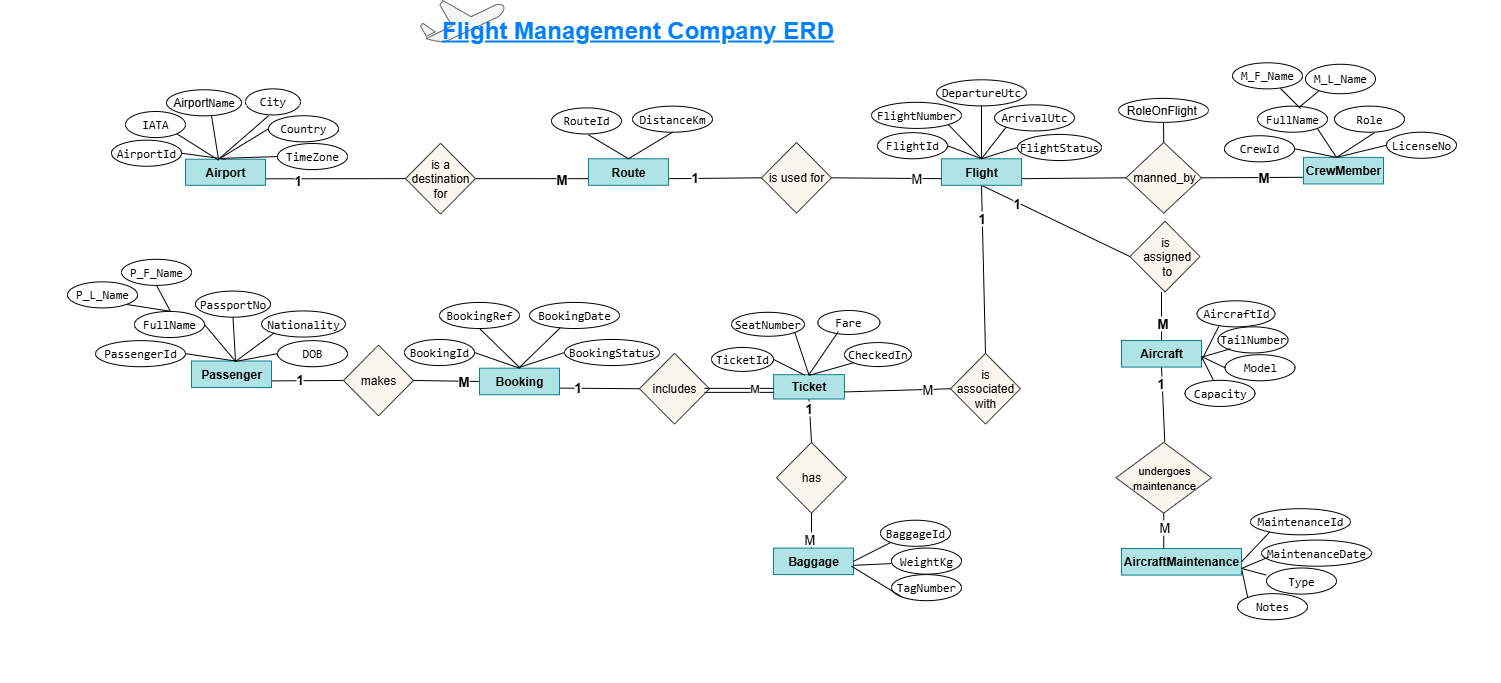
Before: image/FlightManagementCompany-ERD.png, a diagram exported from draw.io (DeveloperZahra/FlightManagementCompany_LINQ_EFCore). Source tidied: cells renumbered, new cells last; positions are measured from the earlier drawing's top-left corner, leaving out a move shared by most shapes.
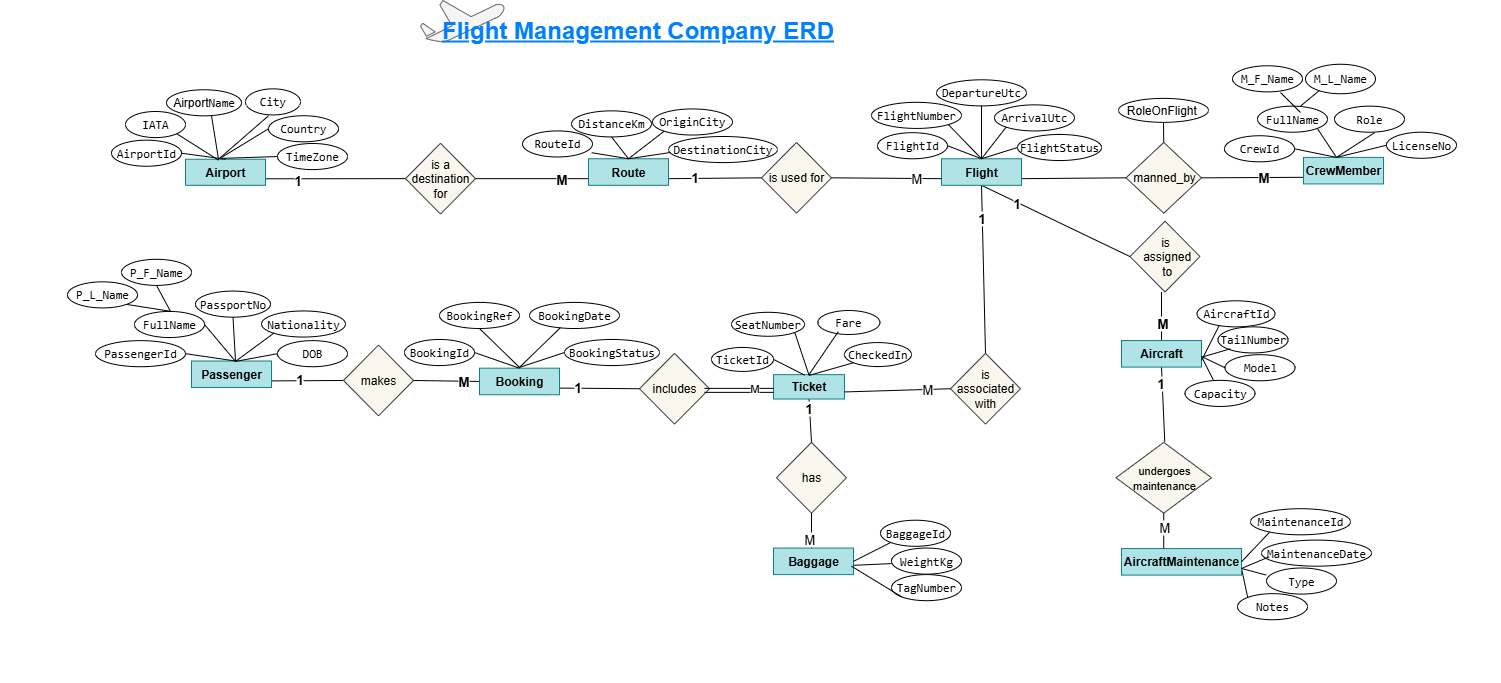
After the change.

What changed in the source:
```diff
@@ -266,15 +266,14 @@
       <mxGeometry x="521" y="96" width="80" height="26.5" as="geometry" />
     </mxCell>
     <mxCell id="73" value="&lt;code&gt;DistanceKm&lt;/code&gt;&lt;span class=&quot;citation-211 citation-end-211&quot;&gt;&lt;/span&gt;" style="ellipse;whiteSpace=wrap;html=1;" parent="3" vertex="1">
-      <mxGeometry x="565" y="43.4" width="80" height="26.1" as="geometry" />
+      <mxGeometry x="504" y="48.1" width="80" height="26.1" as="geometry" />
     </mxCell>
     <mxCell id="74" value="&lt;code&gt;RouteId&lt;/code&gt;&lt;span class=&quot;citation-212 citation-end-212&quot;&gt;&lt;/span&gt;" style="ellipse;whiteSpace=wrap;html=1;" parent="3" vertex="1">
-      <mxGeometry x="484" y="45.1" width="70" height="26.1" as="geometry" />
+      <mxGeometry x="455" y="68.1" width="70" height="26.1" as="geometry" />
     </mxCell>
-    <mxCell id="75" style="endArrow=none;html=1;rounded=0;" parent="3" edge="1">
+    <mxCell id="75" style="endArrow=none;html=1;rounded=0;entryX=0.989;entryY=0.836;entryDx=0;entryDy=0;entryPerimeter=0;" parent="3" edge="1" target="74">
       <mxGeometry relative="1" as="geometry">
         <mxPoint x="561" y="96" as="sourcePoint" />
-        <mxPoint x="521" y="72.1" as="targetPoint" />
       </mxGeometry>
     </mxCell>
     <mxCell id="76" style="endArrow=none;html=1;rounded=0;entryX=0.5;entryY=1;entryDx=0;entryDy=0;" parent="3" edge="1" target="73">
@@ -560,7 +559,7 @@
       </mxGeometry>
     </mxCell>
     <mxCell id="145" value="&lt;code&gt;M_F_Name&lt;/code&gt;&lt;span class=&quot;citation-204 citation-end-204&quot;&gt;&lt;/span&gt;" style="ellipse;whiteSpace=wrap;html=1;" parent="3" vertex="1">
-      <mxGeometry x="1165" width="70" height="26.1" as="geometry" />
+      <mxGeometry x="1165" y="3" width="70" height="26.1" as="geometry" />
     </mxCell>
     <mxCell id="146" value="&lt;code&gt;FullName&lt;/code&gt;&lt;span class=&quot;citation-215 citation-end-215&quot;&gt;&lt;/span&gt;" style="ellipse;whiteSpace=wrap;html=1;" parent="3" vertex="1">
       <mxGeometry x="1190" y="43.4" width="70" height="26.1" as="geometry" />
@@ -568,10 +567,24 @@
     <mxCell id="147" value="&lt;code&gt;Role&lt;/code&gt;&lt;span class=&quot;citation-214 citation-end-214&quot;&gt;&lt;/span&gt;" style="ellipse;whiteSpace=wrap;html=1;" parent="3" vertex="1">
       <mxGeometry x="1267" y="43.4" width="70" height="26.1" as="geometry" />
     </mxCell>
+    <mxCell id="152" value="&lt;code&gt;OriginCity&lt;/code&gt;&lt;span class=&quot;citation-211 citation-end-211&quot;&gt;&lt;/span&gt;" style="ellipse;whiteSpace=wrap;html=1;" parent="3" vertex="1">
+      <mxGeometry x="585" y="46.1" width="80" height="26.1" as="geometry" />
+    </mxCell>
+    <mxCell id="153" style="endArrow=none;html=1;rounded=0;entryX=0;entryY=1;entryDx=0;entryDy=0;exitX=0.5;exitY=0;exitDx=0;exitDy=0;" parent="3" edge="1" source="72" target="152">
+      <mxGeometry relative="1" as="geometry" />
+    </mxCell>
+    <mxCell id="154" value="&lt;code&gt;DestinationCity&lt;/code&gt;&lt;span class=&quot;citation-211 citation-end-211&quot;&gt;&lt;/span&gt;" style="ellipse;whiteSpace=wrap;html=1;" parent="3" vertex="1">
+      <mxGeometry x="601" y="73.7" width="109" height="26.1" as="geometry" />
+    </mxCell>
+    <mxCell id="155" style="endArrow=none;html=1;rounded=0;exitX=0.5;exitY=0;exitDx=0;exitDy=0;" parent="3" edge="1" source="72">
+      <mxGeometry relative="1" as="geometry">
+        <mxPoint x="603" y="89.7" as="targetPoint" />
+      </mxGeometry>
+    </mxCell>
     <mxCell id="148" style="endArrow=none;html=1;rounded=0;" parent="1" edge="1">
       <mxGeometry relative="1" as="geometry">
-        <mxPoint x="1300" y="108" as="sourcePoint" />
-        <mxPoint x="1280" y="88" as="targetPoint" />
+        <mxPoint x="1300" y="112" as="sourcePoint" />
+        <mxPoint x="1280" y="92" as="targetPoint" />
       </mxGeometry>
     </mxCell>
     <mxCell id="149" value="&lt;code&gt;M_L_Name&lt;/code&gt;&lt;span class=&quot;citation-204 citation-end-204&quot;&gt;&lt;/span&gt;" style="ellipse;whiteSpace=wrap;html=1;" parent="1" vertex="1">
```
